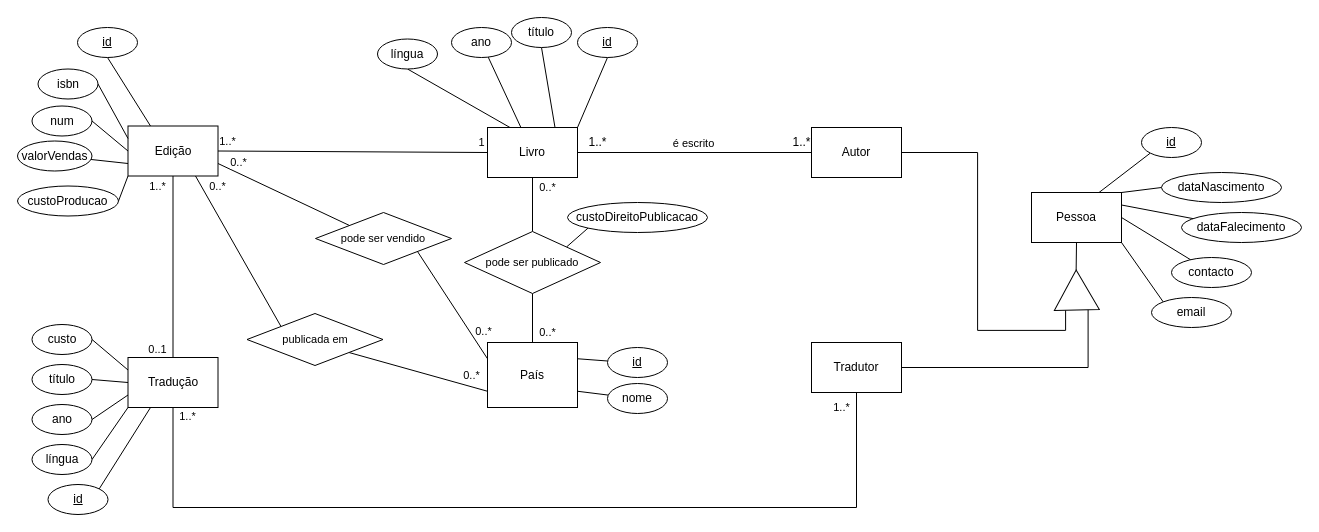
This is Trabalho.drawio from jbbernardo7/Databases, a draw.io file, before an edit. Source tidied: cells renumbered, new cells numbered last; positions are measured from the earlier drawing's top-left corner, leaving out a move shared by most shapes. Both pictures are drawn from the tidied source at 100%, with x=0, y=0 at pixel (17, 17).
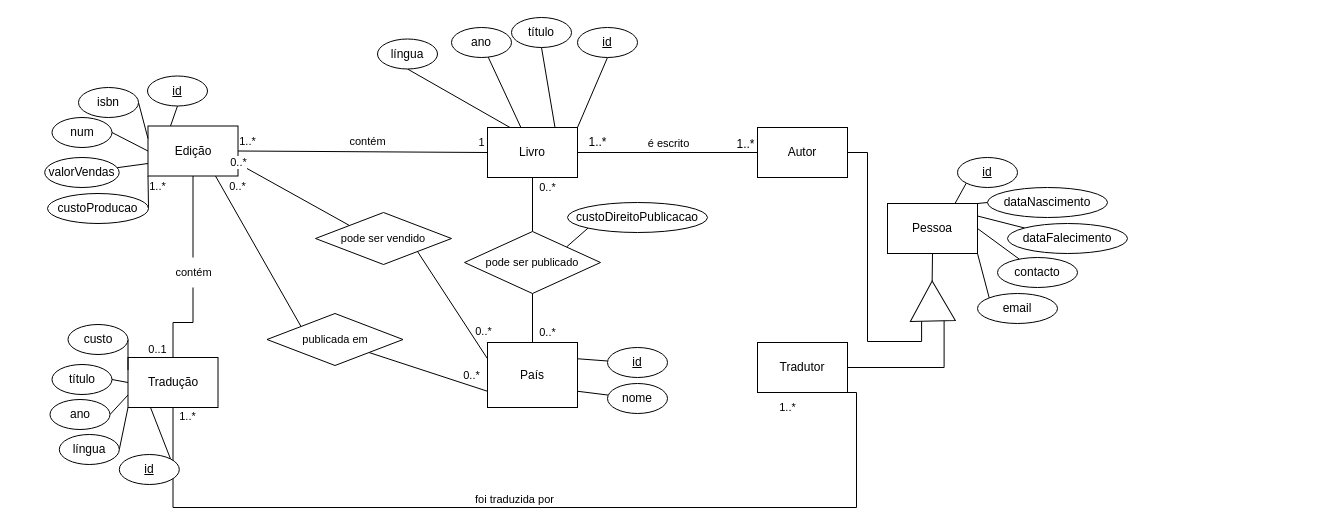
After the change.

The change refers to these unchanged cells:
```xml
<mxCell id="31" value="Tradução" style="rounded=0;whiteSpace=wrap;html=1;" parent="1" vertex="1">
  <mxGeometry x="110.5" y="340" width="90" height="50" as="geometry" />
</mxCell>
```

What changed in the source:
```diff
@@
     <mxCell id="8" value="Autor" style="rounded=0;whiteSpace=wrap;html=1;" parent="1" vertex="1">
-      <mxGeometry x="794" y="110" width="90" height="50" as="geometry" />
+      <mxGeometry x="740" y="110" width="90" height="50" as="geometry" />
     </mxCell>
     <mxCell id="9" value="1..*" style="text;html=1;align=center;verticalAlign=middle;strokeColor=none;fillColor=none;" parent="1" vertex="1">
-      <mxGeometry x="764" y="110" width="40" height="30" as="geometry" />
+      <mxGeometry x="708" y="112" width="40" height="30" as="geometry" />
     </mxCell>
@@
     <mxCell id="23" style="edgeStyle=none;rounded=0;orthogonalLoop=1;jettySize=auto;html=1;exitX=0.5;exitY=0;exitDx=0;exitDy=0;strokeColor=default;align=center;verticalAlign=middle;fontFamily=Helvetica;fontSize=11;fontColor=default;labelBackgroundColor=default;endArrow=none;endFill=0;" parent="1" edge="1">
       <mxGeometry relative="1" as="geometry">
-        <mxPoint x="44.5" y="153.5" as="sourcePoint" />
-        <mxPoint x="44.5" y="153.5" as="targetPoint" />
+        <mxPoint x="64.5" y="153.5" as="sourcePoint" />
+        <mxPoint x="64.5" y="153.5" as="targetPoint" />
       </mxGeometry>
     </mxCell>
-    <mxCell id="24" style="edgeStyle=orthogonalEdgeStyle;rounded=0;jettySize=auto;html=1;exitX=0.5;exitY=1;exitDx=0;exitDy=0;entryX=0.5;entryY=0;entryDx=0;entryDy=0;strokeColor=default;align=center;verticalAlign=middle;fontFamily=Helvetica;fontSize=11;fontColor=default;labelBackgroundColor=default;endArrow=none;endFill=0;" parent="1" edge="1" source="27" target="31">
+    <mxCell id="24" style="edgeStyle=orthogonalEdgeStyle;rounded=0;jettySize=auto;html=1;exitX=0.5;exitY=1;exitDx=0;exitDy=0;entryX=0.5;entryY=0;entryDx=0;entryDy=0;strokeColor=default;align=center;verticalAlign=middle;fontFamily=Helvetica;fontSize=11;fontColor=default;labelBackgroundColor=default;endArrow=none;endFill=0;" parent="1" edge="1" source="88" target="31">
       <mxGeometry relative="1" as="geometry" />
     </mxCell>
@@
     <mxCell id="27" value="Edição" style="rounded=0;whiteSpace=wrap;html=1;" parent="1" vertex="1">
-      <mxGeometry x="110.5" y="108.5" width="90" height="50" as="geometry" />
+      <mxGeometry x="130.5" y="108.5" width="90" height="50" as="geometry" />
     </mxCell>
     <mxCell id="28" value="1..*" style="text;html=1;align=center;verticalAlign=middle;strokeColor=none;fillColor=none;fontFamily=Helvetica;fontSize=11;fontColor=default;labelBackgroundColor=default;" parent="1" vertex="1">
-      <mxGeometry x="189.5" y="108.5" width="40" height="30" as="geometry" />
+      <mxGeometry x="209.5" y="108.5" width="40" height="30" as="geometry" />
     </mxCell>
@@
     <mxCell id="32" value="Tradutor" style="rounded=0;whiteSpace=wrap;html=1;" parent="1" vertex="1">
-      <mxGeometry x="794" y="325" width="90" height="50" as="geometry" />
+      <mxGeometry x="740" y="325" width="90" height="50" as="geometry" />
     </mxCell>
@@
     <mxCell id="34" value="custo" style="ellipse;whiteSpace=wrap;html=1;" parent="1" vertex="1">
-      <mxGeometry x="14.5" y="307" width="60" height="30" as="geometry" />
+      <mxGeometry x="50.5" y="307" width="60" height="30" as="geometry" />
     </mxCell>
@@
     <mxCell id="36" value="isbn" style="ellipse;whiteSpace=wrap;html=1;fontStyle=0;" parent="1" vertex="1">
-      <mxGeometry x="20.5" y="51.5" width="60" height="30" as="geometry" />
+      <mxGeometry x="61" y="70" width="60" height="30" as="geometry" />
     </mxCell>
@@
     <mxCell id="38" value="título" style="ellipse;whiteSpace=wrap;html=1;" parent="1" vertex="1">
-      <mxGeometry x="14.5" y="347" width="60" height="30" as="geometry" />
+      <mxGeometry x="34.5" y="347" width="60" height="30" as="geometry" />
     </mxCell>
@@
     <mxCell id="40" value="ano" style="ellipse;whiteSpace=wrap;html=1;" parent="1" vertex="1">
-      <mxGeometry x="14.5" y="387" width="60" height="30" as="geometry" />
+      <mxGeometry x="32.5" y="382" width="60" height="30" as="geometry" />
     </mxCell>
@@
     <mxCell id="42" value="língua" style="ellipse;whiteSpace=wrap;html=1;" parent="1" vertex="1">
-      <mxGeometry x="14.5" y="427" width="60" height="30" as="geometry" />
+      <mxGeometry x="41.8" y="417" width="60" height="30" as="geometry" />
     </mxCell>
@@
     <mxCell id="44" value="id" style="ellipse;whiteSpace=wrap;html=1;fontStyle=4;" parent="1" vertex="1">
-      <mxGeometry x="30.5" y="467" width="60" height="30" as="geometry" />
+      <mxGeometry x="101.8" y="437" width="60" height="30" as="geometry" />
     </mxCell>
@@
     <mxCell id="48" value="num" style="ellipse;whiteSpace=wrap;html=1;fontStyle=0;" parent="1" vertex="1">
-      <mxGeometry x="14.5" y="88.5" width="60" height="30" as="geometry" />
+      <mxGeometry x="34.5" y="100" width="60" height="30" as="geometry" />
     </mxCell>
@@
     <mxCell id="50" value="valorVendas" style="ellipse;whiteSpace=wrap;html=1;fontStyle=0;" parent="1" vertex="1">
-      <mxGeometry y="123.5" width="74.5" height="30" as="geometry" />
+      <mxGeometry x="27.2" y="140" width="74.5" height="30" as="geometry" />
     </mxCell>
@@
     <mxCell id="52" value="custoProducao" style="ellipse;whiteSpace=wrap;html=1;fontStyle=0;" parent="1" vertex="1">
-      <mxGeometry y="168.5" width="101" height="30" as="geometry" />
+      <mxGeometry x="30" y="176" width="101" height="30" as="geometry" />
     </mxCell>
@@
     <mxCell id="54" value="dataNascimento" style="ellipse;whiteSpace=wrap;html=1;fontStyle=0;" parent="1" vertex="1">
-      <mxGeometry x="1144" y="155" width="120" height="30" as="geometry" />
+      <mxGeometry x="970" y="170" width="120" height="30" as="geometry" />
     </mxCell>
@@
     <mxCell id="56" value="id" style="ellipse;whiteSpace=wrap;html=1;fontStyle=4;" parent="1" vertex="1">
-      <mxGeometry x="1124" y="110" width="60" height="30" as="geometry" />
+      <mxGeometry x="940" y="140" width="60" height="30" as="geometry" />
     </mxCell>
@@
     <mxCell id="58" value="dataFalecimento" style="ellipse;whiteSpace=wrap;html=1;fontStyle=0;" parent="1" vertex="1">
-      <mxGeometry x="1164" y="195" width="120" height="30" as="geometry" />
+      <mxGeometry x="990" y="206" width="120" height="30" as="geometry" />
     </mxCell>
@@
     <mxCell id="60" value="contacto" style="ellipse;whiteSpace=wrap;html=1;fontStyle=0;" parent="1" vertex="1">
-      <mxGeometry x="1154" y="240" width="80" height="30" as="geometry" />
+      <mxGeometry x="980" y="240" width="80" height="30" as="geometry" />
     </mxCell>
@@
     <mxCell id="62" value="email" style="ellipse;whiteSpace=wrap;html=1;fontStyle=0;" parent="1" vertex="1">
-      <mxGeometry x="1134" y="280" width="80" height="30" as="geometry" />
+      <mxGeometry x="960" y="276" width="80" height="30" as="geometry" />
     </mxCell>
@@
     <mxCell id="64" value="Pessoa" style="rounded=0;whiteSpace=wrap;html=1;" parent="1" vertex="1">
-      <mxGeometry x="1014" y="175" width="90" height="50" as="geometry" />
+      <mxGeometry x="870" y="186" width="90" height="50" as="geometry" />
     </mxCell>
     <mxCell id="65" style="edgeStyle=orthogonalEdgeStyle;rounded=0;jettySize=auto;html=1;exitX=0;exitY=0.25;exitDx=0;exitDy=0;entryX=1;entryY=0.5;entryDx=0;entryDy=0;strokeColor=default;align=center;verticalAlign=middle;fontFamily=Helvetica;fontSize=11;fontColor=default;labelBackgroundColor=default;endArrow=none;endFill=0;" parent="1" edge="1" source="67" target="8">
-      <mxGeometry relative="1" as="geometry" />
+      <mxGeometry relative="1" as="geometry">
+        <Array as="points">
+          <mxPoint x="904" y="324" />
+          <mxPoint x="850" y="324" />
+          <mxPoint x="850" y="135" />
+        </Array>
+      </mxGeometry>
     </mxCell>
@@
     <mxCell id="67" style="triangle;whiteSpace=wrap;html=1;fontFamily=Helvetica;fontSize=11;fontColor=default;labelBackgroundColor=default;rotation=-91;" parent="1" vertex="1">
-      <mxGeometry x="1039" y="250" width="40" height="45" as="geometry" />
+      <mxGeometry x="895" y="261" width="40" height="45" as="geometry" />
     </mxCell>
     <mxCell id="68" value="1..*" style="text;html=1;align=center;verticalAlign=middle;strokeColor=none;fillColor=none;fontFamily=Helvetica;fontSize=11;fontColor=default;labelBackgroundColor=default;" parent="1" vertex="1">
-      <mxGeometry x="804" y="375" width="40" height="30" as="geometry" />
+      <mxGeometry x="750" y="375" width="40" height="30" as="geometry" />
     </mxCell>
@@
     <mxCell id="81" value="id" style="ellipse;whiteSpace=wrap;html=1;fontStyle=4;" parent="1" vertex="1">
-      <mxGeometry x="60" y="10" width="60" height="30" as="geometry" />
+      <mxGeometry x="130" y="58.5" width="60" height="30" as="geometry" />
     </mxCell>
@@
     <mxCell id="83" value="&lt;span style=&quot;text-wrap: nowrap;&quot;&gt;publicada em&lt;/span&gt;" style="rhombus;whiteSpace=wrap;html=1;fontFamily=Helvetica;fontSize=11;fontColor=default;labelBackgroundColor=default;" parent="1" vertex="1">
-      <mxGeometry x="229.5" y="296" width="136" height="52" as="geometry" />
+      <mxGeometry x="249.5" y="296" width="136" height="52" as="geometry" />
     </mxCell>
     <mxCell id="84" value="0..*" style="text;html=1;align=center;verticalAlign=middle;strokeColor=none;fillColor=none;fontFamily=Helvetica;fontSize=11;fontColor=default;labelBackgroundColor=default;" parent="1" vertex="1">
-      <mxGeometry x="180" y="153.5" width="40" height="30" as="geometry" />
+      <mxGeometry x="200" y="153.5" width="40" height="30" as="geometry" />
     </mxCell>
@@
+    <mxCell id="86" value="foi traduzida por" style="text;html=1;align=center;verticalAlign=middle;strokeColor=none;fillColor=none;fontFamily=Helvetica;fontSize=11;fontColor=default;labelBackgroundColor=default;" parent="1" vertex="1">
+      <mxGeometry x="447" y="467" width="100" height="30" as="geometry" />
+    </mxCell>
+    <mxCell id="87" style="edgeStyle=orthogonalEdgeStyle;rounded=0;jettySize=auto;html=1;exitX=0.5;exitY=1;exitDx=0;exitDy=0;entryX=0.5;entryY=0;entryDx=0;entryDy=0;strokeColor=default;align=center;verticalAlign=middle;fontFamily=Helvetica;fontSize=11;fontColor=default;labelBackgroundColor=default;endArrow=none;endFill=0;" parent="1" edge="1" source="27" target="88">
+      <mxGeometry relative="1" as="geometry" />
+    </mxCell>
+    <mxCell id="88" value="contém" style="text;html=1;align=center;verticalAlign=middle;points=[];strokeColor=none;fillColor=none;fontFamily=Helvetica;fontSize=11;fontColor=default;labelBackgroundColor=default;" parent="1" vertex="1">
+      <mxGeometry x="145.5" y="240" width="60" height="30" as="geometry" />
+    </mxCell>
+    <mxCell id="89" value="contém" style="text;html=1;align=center;verticalAlign=middle;strokeColor=none;fillColor=none;fontFamily=Helvetica;fontSize=11;fontColor=default;labelBackgroundColor=default;" parent="1" vertex="1">
+      <mxGeometry x="320" y="108.5" width="60" height="30" as="geometry" />
+    </mxCell>
```
